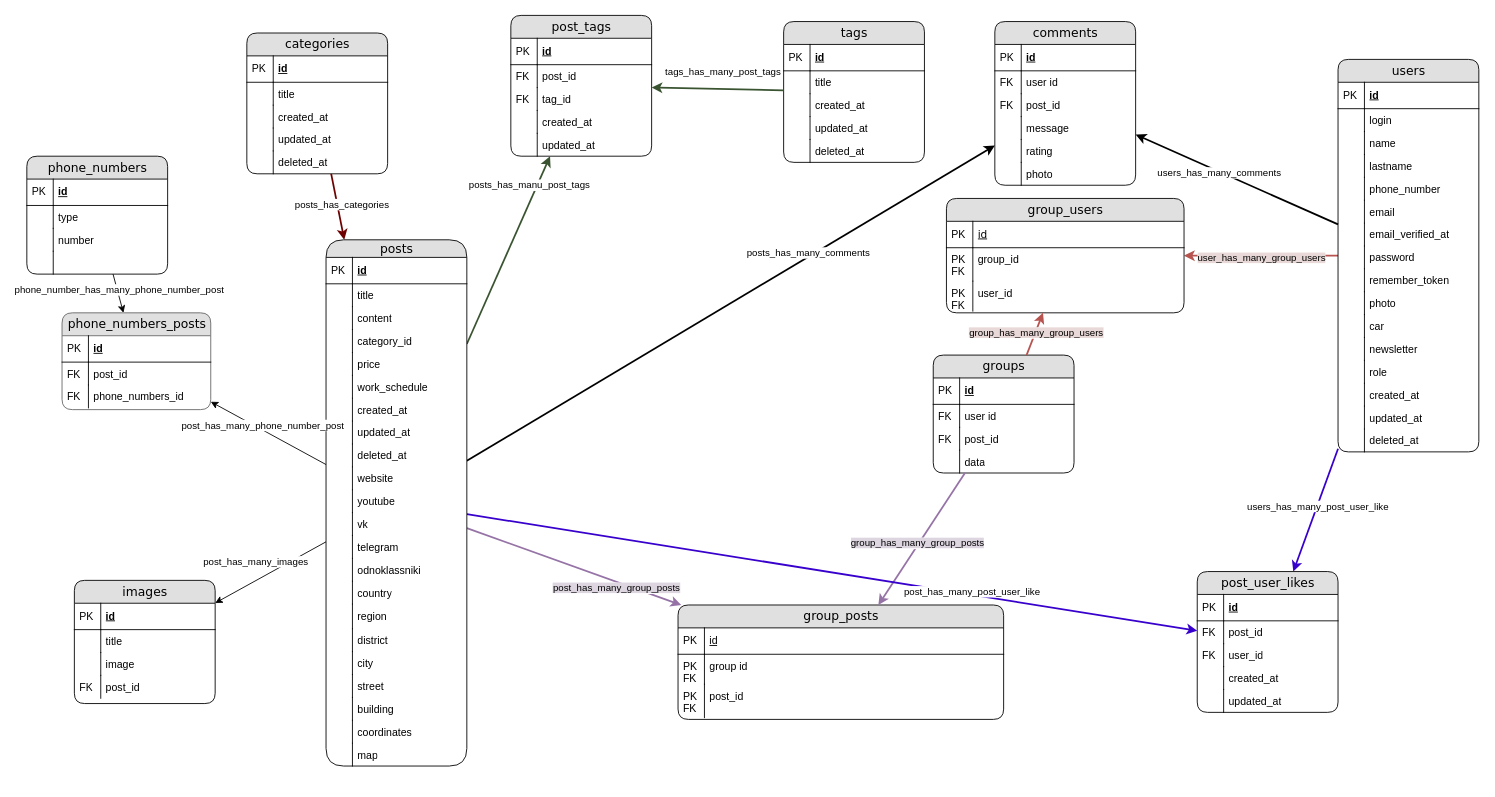
Before: diagram/ERD подробная.drawio in RinaBoni/travel_helper, a draw.io diagram. Source tidied: cells renumbered, new cells numbered last; positions are measured from the earlier drawing's top-left corner, leaving out a move shared by most shapes. Both pictures are drawn from the tidied source at 88%, with x=0, y=0 at pixel (26, 15).
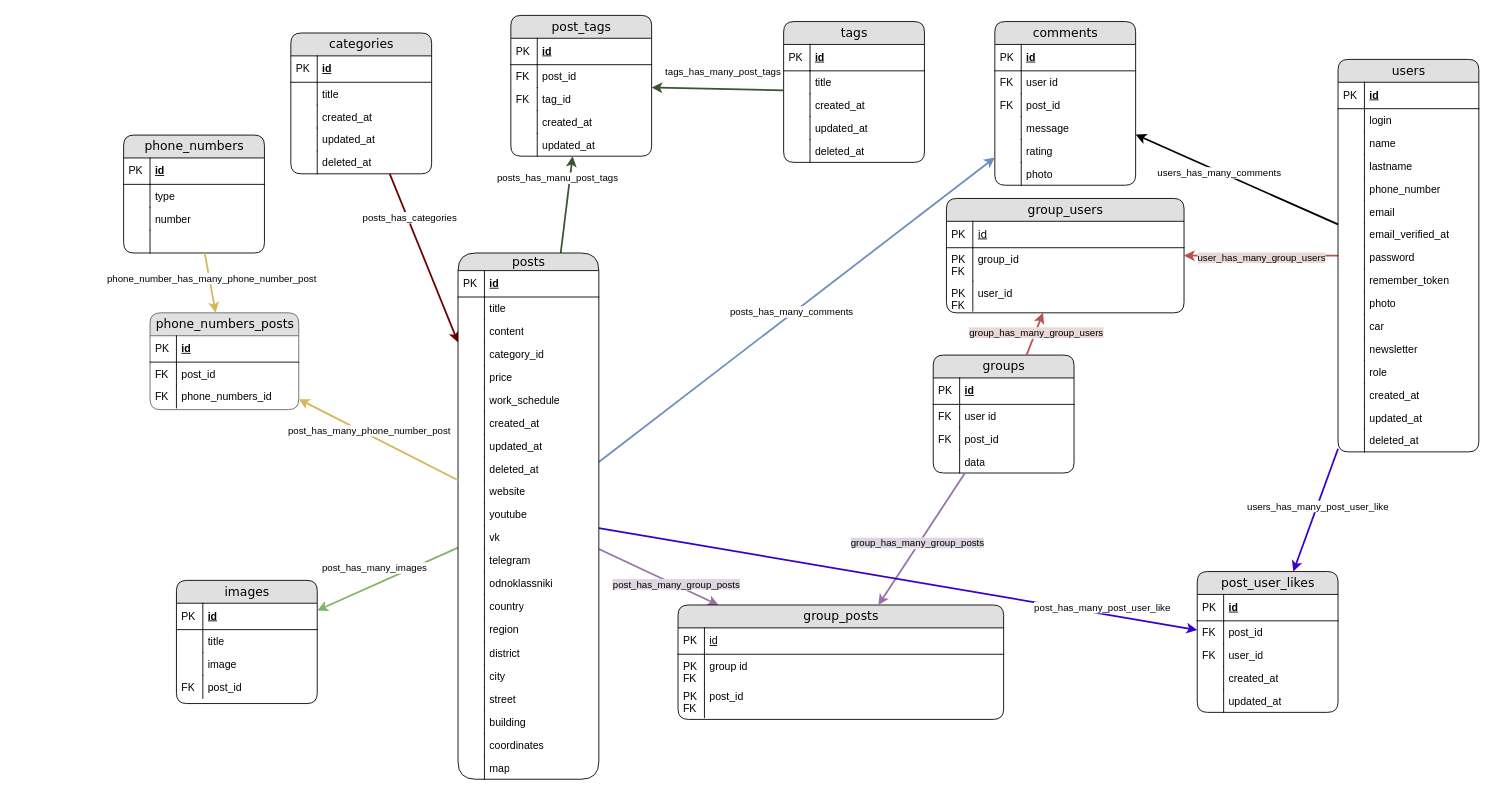
The same page after the edit.

The change refers to these unchanged cells:
```xml
<mxCell id="2" value="comments" style="swimlane;html=1;fontStyle=0;horizontal=1;startSize=26;fillColor=#e0e0e0;swimlaneFillColor=#ffffff;align=center;rounded=1;shadow=0;comic=0;labelBackgroundColor=none;strokeWidth=1;fontFamily=Verdana;fontSize=14;" parent="1" vertex="1">
  <mxGeometry x="1100" y="7" width="160" height="186" as="geometry" />
</mxCell>
<mxCell id="50" style="rounded=0;jettySize=auto;html=1;startArrow=classic;startFill=1;endArrow=none;endFill=0;endSize=23;startSize=6;fillColor=#e1d5e7;strokeColor=#9673a6;strokeWidth=2;" parent="1" edge="1" source="61" target="139">
  <mxGeometry relative="1" as="geometry" />
</mxCell>
<mxCell id="123" style="endArrow=classic;html=1;rounded=0;fillColor=#a20025;strokeColor=#6F0000;strokeWidth=2;" parent="1" edge="1" source="79" target="139">
  <mxGeometry relative="1" as="geometry" />
</mxCell>
<mxCell id="129" style="endArrow=classic;html=1;rounded=0;fillColor=#6a00ff;strokeColor=#3700CC;strokeWidth=2;startArrow=none;startFill=0;endFill=1;endSize=6;startSize=6;" parent="1" edge="1" source="139" target="101">
  <mxGeometry relative="1" as="geometry" />
</mxCell>
```

What changed in the source:
```diff
@@
     <mxCell id="51" value="&lt;font face=&quot;Helvetica&quot; style=&quot;font-size: 11px; background-color: rgb(221, 214, 225);&quot;&gt;post_has_many_group_posts&lt;/font&gt;" style="edgeLabel;html=1;align=center;verticalAlign=middle;" parent="50" vertex="1">
       <mxGeometry x="0.02" y="-2" relative="1" as="geometry">
-        <mxPoint x="49" y="27" as="offset" />
+        <mxPoint x="20" y="11" as="offset" />
       </mxGeometry>
     </mxCell>
@@
     <mxCell id="79" value="categories" style="swimlane;html=1;fontStyle=0;horizontal=1;startSize=26;fillColor=#e0e0e0;swimlaneFillColor=#ffffff;align=center;rounded=1;shadow=0;comic=0;labelBackgroundColor=none;strokeWidth=1;fontFamily=Verdana;fontSize=14;" parent="1" vertex="1">
-      <mxGeometry x="250" y="20" width="160" height="160" as="geometry" />
+      <mxGeometry x="300" y="20" width="160" height="160" as="geometry" />
     </mxCell>
@@
     <mxCell id="124" value="posts_has_categories" style="edgeLabel;html=1;align=center;verticalAlign=middle;" parent="123" vertex="1">
-      <mxGeometry x="-0.07" y="5" relative="1" as="geometry" />
+      <mxGeometry x="-0.07" y="5" relative="1" as="geometry">
+        <mxPoint x="-19" y="-38" as="offset" />
+      </mxGeometry>
     </mxCell>
@@
     <mxCell id="130" value="post_has_many_post_user_like" style="edgeLabel;html=1;align=center;verticalAlign=middle;" parent="129" vertex="1">
-      <mxGeometry x="0.38" y="4" relative="1" as="geometry" />
+      <mxGeometry x="0.38" y="4" relative="1" as="geometry">
+        <mxPoint x="102" y="14" as="offset" />
+      </mxGeometry>
     </mxCell>
@@
-    <mxCell id="133" style="endArrow=classic;html=1;rounded=0;startArrow=none;startFill=0;endFill=1;strokeWidth=2;" parent="1" edge="1" source="139" target="2">
+    <mxCell id="133" style="endArrow=classic;html=1;rounded=0;startArrow=none;startFill=0;endFill=1;strokeWidth=2;fillColor=#dae8fc;strokeColor=#6c8ebf;" parent="1" edge="1" source="139" target="2">
       <mxGeometry relative="1" as="geometry" />
     </mxCell>
     <mxCell id="134" value="posts_has_many_comments" style="edgeLabel;html=1;align=center;verticalAlign=middle;" parent="133" vertex="1">
-      <mxGeometry x="0.3" y="5" relative="1" as="geometry" />
+      <mxGeometry x="0.3" y="5" relative="1" as="geometry">
+        <mxPoint x="-71" y="58" as="offset" />
+      </mxGeometry>
     </mxCell>
@@
-    <mxCell id="137" style="rounded=0;jettySize=auto;html=1;" parent="1" edge="1" source="139" target="204">
+    <mxCell id="137" style="rounded=0;jettySize=auto;html=1;strokeWidth=2;fillColor=#d5e8d4;strokeColor=#82b366;" parent="1" edge="1" source="139" target="204">
       <mxGeometry relative="1" as="geometry" />
     </mxCell>
@@
     <mxCell id="139" value="posts" style="swimlane;html=1;fontStyle=0;horizontal=1;startSize=20;fillColor=#e0e0e0;swimlaneFillColor=#ffffff;align=center;rounded=1;shadow=0;comic=0;labelBackgroundColor=none;strokeWidth=1;fontFamily=Verdana;fontSize=14;glass=0;swimlaneLine=1;arcSize=50;" parent="1" vertex="1">
-      <mxGeometry x="340" y="255" width="160" height="598" as="geometry" />
+      <mxGeometry x="490" y="270" width="160" height="598" as="geometry" />
     </mxCell>
@@
     <mxCell id="184" value="phone_numbers" style="swimlane;html=1;fontStyle=0;horizontal=1;startSize=26;fillColor=#e0e0e0;swimlaneFillColor=#ffffff;align=center;rounded=1;shadow=0;comic=0;labelBackgroundColor=none;strokeWidth=1;fontFamily=Verdana;fontSize=14;" parent="1" vertex="1">
-      <mxGeometry y="160" width="160" height="134" as="geometry" />
+      <mxGeometry x="110" y="136" width="160" height="134" as="geometry" />
     </mxCell>
@@
     <mxCell id="193" value="&lt;span style=&quot;color: rgb(0, 0, 0);&quot;&gt;phone_numbers_posts&lt;/span&gt;" style="swimlane;html=1;fontStyle=0;horizontal=1;startSize=26;swimlaneFillColor=#ffffff;align=center;rounded=1;shadow=0;comic=0;labelBackgroundColor=none;strokeWidth=1;fontFamily=Verdana;fontSize=14;fillColor=#E0E0E0;strokeColor=#666666;fontColor=#333333;" parent="1" vertex="1">
-      <mxGeometry x="40" y="338" width="169" height="110" as="geometry" />
+      <mxGeometry x="140" y="338" width="169" height="110" as="geometry" />
     </mxCell>
@@
-    <mxCell id="200" style="endArrow=classic;html=1;rounded=0;" parent="1" edge="1" source="139" target="193">
+    <mxCell id="200" style="endArrow=classic;html=1;rounded=0;strokeWidth=2;fillColor=#fff2cc;strokeColor=#d6b656;" parent="1" edge="1" source="139" target="193">
       <mxGeometry relative="1" as="geometry" />
     </mxCell>
@@
-    <mxCell id="202" style="endArrow=classic;html=1;rounded=0;" parent="1" edge="1" source="184" target="193">
+    <mxCell id="202" style="endArrow=classic;html=1;rounded=0;strokeWidth=2;fillColor=#fff2cc;strokeColor=#d6b656;" parent="1" edge="1" source="184" target="193">
       <mxGeometry relative="1" as="geometry" />
     </mxCell>
@@
     <mxCell id="204" value="images" style="swimlane;html=1;fontStyle=0;horizontal=1;startSize=26;fillColor=#e0e0e0;swimlaneFillColor=#ffffff;align=center;rounded=1;shadow=0;comic=0;labelBackgroundColor=none;strokeWidth=1;fontFamily=Verdana;fontSize=14;" parent="1" vertex="1">
-      <mxGeometry x="54" y="642" width="160" height="140" as="geometry" />
+      <mxGeometry x="170" y="642" width="160" height="140" as="geometry" />
     </mxCell>
```
